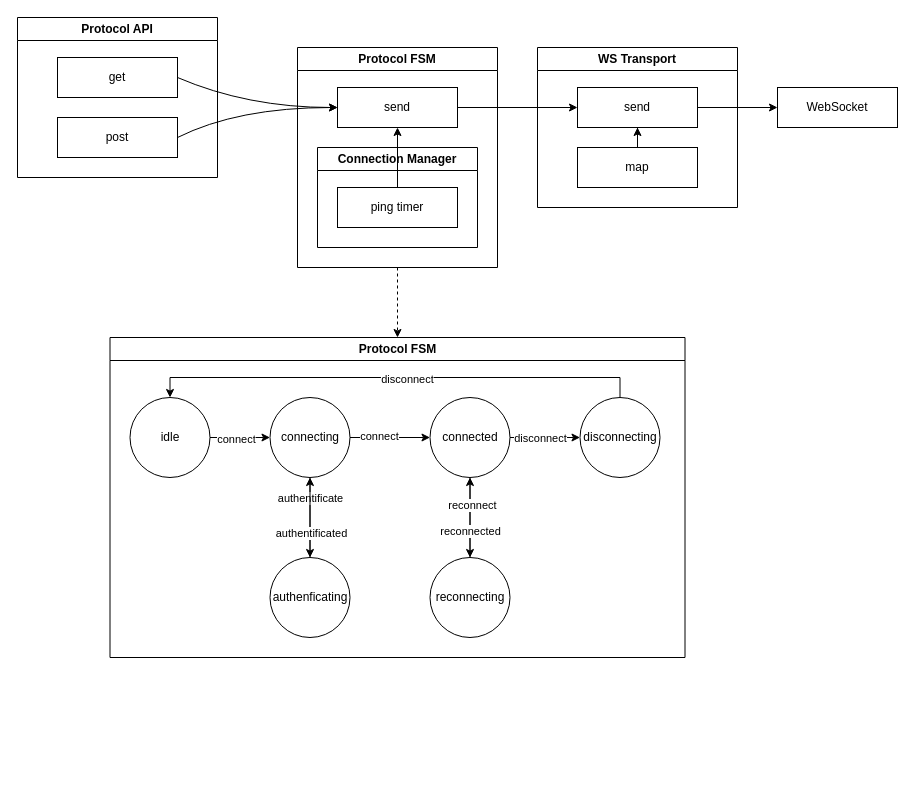
The draw.io diagram practice.drawio in emptyynes/practice, before the edit. Source tidied: cells renumbered, new cells numbered last; positions are measured from the earlier drawing's top-left corner, leaving out a move shared by most shapes. Both pictures are drawn from the tidied source at 100%, with x=0, y=0 at pixel (17, 17).
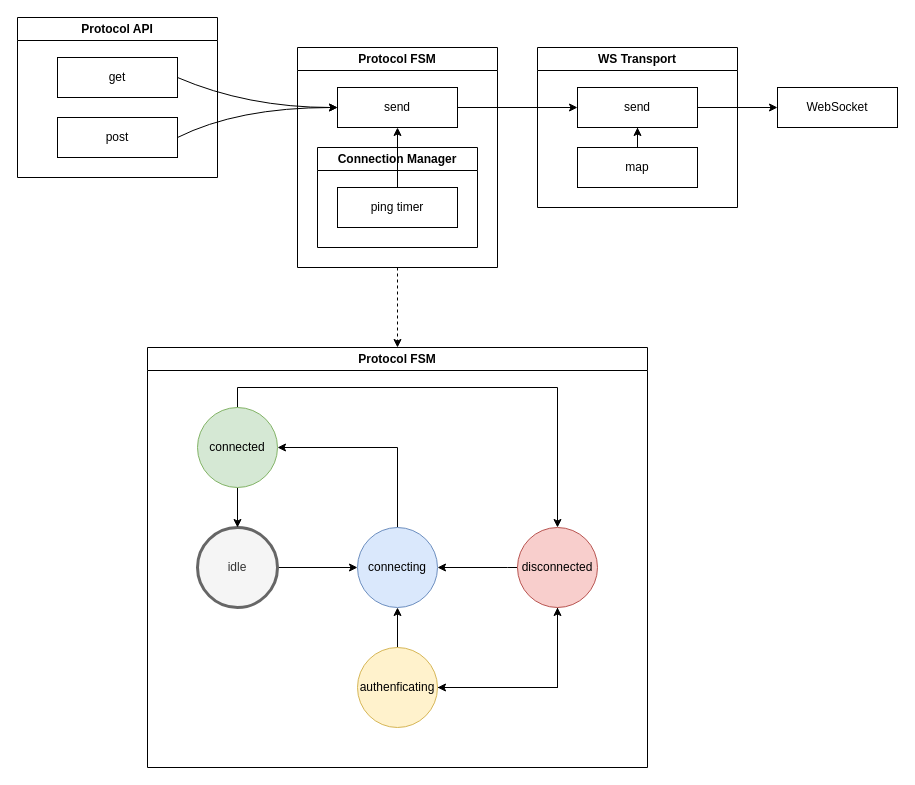
The same page after the edit.

The change refers to these unchanged cells:
```xml
<mxCell id="21" style="edgeStyle=orthogonalEdgeStyle;rounded=0;jettySize=auto;html=1;" parent="20" edge="1" source="23" target="28">
  <mxGeometry relative="1" as="geometry" />
</mxCell>
<mxCell id="40" style="edgeStyle=orthogonalEdgeStyle;rounded=0;jettySize=auto;html=1;" parent="20" edge="1" source="42" target="28">
  <mxGeometry relative="1" as="geometry" />
</mxCell>
```

The edit, as a diff of the source:
```diff
@@
     <mxCell id="20" value="Protocol FSM" style="swimlane;whiteSpace=wrap;html=1;" parent="1" vertex="1">
-      <mxGeometry x="92.5" y="320" width="575" height="320" as="geometry" />
+      <mxGeometry x="130" y="330" width="500" height="420" as="geometry" />
     </mxCell>
@@
-    <mxCell id="22" value="connect" style="edgeLabel;html=1;align=center;verticalAlign=middle;" parent="21" vertex="1">
-      <mxGeometry x="-0.15" y="-1" relative="1" as="geometry" />
-    </mxCell>
-    <mxCell id="23" value="idle" style="ellipse;whiteSpace=wrap;html=1;" parent="20" vertex="1">
-      <mxGeometry x="20" y="60" width="80" height="80" as="geometry" />
+    <mxCell id="23" value="idle" style="ellipse;whiteSpace=wrap;html=1;fillColor=#f5f5f5;strokeColor=#666666;fontColor=#333333;strokeWidth=3;" parent="20" vertex="1">
+      <mxGeometry x="50" y="180" width="80" height="80" as="geometry" />
     </mxCell>
-    <mxCell id="24" style="edgeStyle=orthogonalEdgeStyle;rounded=0;jettySize=auto;html=1;" parent="20" edge="1" source="28" target="42">
-      <mxGeometry relative="1" as="geometry" />
-    </mxCell>
-    <mxCell id="25" value="authentificate" style="edgeLabel;html=1;align=center;verticalAlign=middle;" parent="24" vertex="1">
-      <mxGeometry x="-0.07" y="-1" relative="1" as="geometry">
-        <mxPoint x="1" y="-17" as="offset" />
-      </mxGeometry>
-    </mxCell>
     <mxCell id="26" style="edgeStyle=orthogonalEdgeStyle;rounded=0;jettySize=auto;html=1;" parent="20" edge="1" source="28" target="32">
-      <mxGeometry relative="1" as="geometry" />
+      <mxGeometry relative="1" as="geometry">
+        <Array as="points">
+          <mxPoint x="250" y="100" />
+        </Array>
+      </mxGeometry>
     </mxCell>
-    <mxCell id="27" value="connect" style="edgeLabel;html=1;align=center;verticalAlign=middle;" parent="26" vertex="1">
-      <mxGeometry x="-0.28" y="2" relative="1" as="geometry" />
-    </mxCell>
-    <mxCell id="28" value="connecting" style="ellipse;whiteSpace=wrap;html=1;" parent="20" vertex="1">
-      <mxGeometry x="160" y="60" width="80" height="80" as="geometry" />
+    <mxCell id="28" value="connecting" style="ellipse;whiteSpace=wrap;html=1;fillColor=#dae8fc;strokeColor=#6c8ebf;" parent="20" vertex="1">
+      <mxGeometry x="210" y="180" width="80" height="80" as="geometry" />
     </mxCell>
     <mxCell id="29" style="edgeStyle=orthogonalEdgeStyle;rounded=0;jettySize=auto;html=1;" parent="20" edge="1" source="32" target="39">
-      <mxGeometry relative="1" as="geometry" />
+      <mxGeometry relative="1" as="geometry">
+        <Array as="points">
+          <mxPoint x="90" y="40" />
+          <mxPoint x="410" y="40" />
+        </Array>
+      </mxGeometry>
     </mxCell>
-    <mxCell id="30" style="edgeStyle=orthogonalEdgeStyle;rounded=0;jettySize=auto;html=1;" parent="20" edge="1" source="32" target="35">
-      <mxGeometry relative="1" as="geometry" />
-    </mxCell>
-    <mxCell id="31" value="disconnect" style="edgeLabel;html=1;align=center;verticalAlign=middle;" parent="30" vertex="1">
-      <mxGeometry x="-0.33" y="1" relative="1" as="geometry">
-        <mxPoint x="7" y="1" as="offset" />
-      </mxGeometry>
-    </mxCell>
+    <mxCell id="43" style="edgeStyle=orthogonalEdgeStyle;rounded=0;jettySize=auto;html=1;" parent="20" edge="1" source="32" target="23">
+      <mxGeometry relative="1" as="geometry" />
+    </mxCell>
-    <mxCell id="32" value="connected" style="ellipse;whiteSpace=wrap;html=1;" parent="20" vertex="1">
-      <mxGeometry x="320" y="60" width="80" height="80" as="geometry" />
+    <mxCell id="32" value="connected" style="ellipse;whiteSpace=wrap;html=1;fillColor=#d5e8d4;strokeColor=#82b366;" parent="20" vertex="1">
+      <mxGeometry x="50" y="60" width="80" height="80" as="geometry" />
     </mxCell>
-    <mxCell id="33" style="edgeStyle=orthogonalEdgeStyle;rounded=0;jettySize=auto;html=1;entryX=0.5;entryY=0;entryDx=0;entryDy=0;" parent="20" edge="1" source="35" target="23">
-      <mxGeometry relative="1" as="geometry">
-        <Array as="points">
-          <mxPoint x="510" y="40" />
-          <mxPoint x="60" y="40" />
-        </Array>
-      </mxGeometry>
-    </mxCell>
-    <mxCell id="34" value="disconnect" style="edgeLabel;html=1;align=center;verticalAlign=middle;" parent="33" vertex="1">
-      <mxGeometry x="-0.05" y="1" relative="1" as="geometry" />
-    </mxCell>
-    <mxCell id="35" value="disconnecting" style="ellipse;whiteSpace=wrap;html=1;" parent="20" vertex="1">
-      <mxGeometry x="470" y="60" width="80" height="80" as="geometry" />
-    </mxCell>
-    <mxCell id="36" style="edgeStyle=orthogonalEdgeStyle;rounded=0;jettySize=auto;html=1;" parent="20" edge="1" source="39" target="32">
-      <mxGeometry relative="1" as="geometry" />
-    </mxCell>
-    <mxCell id="37" value="reconnect" style="edgeLabel;html=1;align=center;verticalAlign=middle;" parent="36" vertex="1">
-      <mxGeometry x="0.33" y="-2" relative="1" as="geometry" />
-    </mxCell>
-    <mxCell id="38" value="reconnected" style="edgeLabel;html=1;align=center;verticalAlign=middle;" parent="36" vertex="1">
-      <mxGeometry x="-0.33" relative="1" as="geometry" />
-    </mxCell>
+    <mxCell id="44" style="edgeStyle=orthogonalEdgeStyle;rounded=0;jettySize=auto;html=1;entryX=1;entryY=0.5;entryDx=0;entryDy=0;" parent="20" edge="1" source="39" target="28">
+      <mxGeometry relative="1" as="geometry">
+        <Array as="points">
+          <mxPoint x="360" y="220" />
+          <mxPoint x="360" y="220" />
+        </Array>
+      </mxGeometry>
+    </mxCell>
+    <mxCell id="45" style="edgeStyle=orthogonalEdgeStyle;rounded=0;jettySize=auto;html=1;" parent="20" edge="1" source="39" target="42">
+      <mxGeometry relative="1" as="geometry">
+        <Array as="points">
+          <mxPoint x="410" y="340" />
+        </Array>
+      </mxGeometry>
+    </mxCell>
-    <mxCell id="39" value="reconnecting" style="ellipse;whiteSpace=wrap;html=1;" parent="20" vertex="1">
-      <mxGeometry x="320" y="220" width="80" height="80" as="geometry" />
+    <mxCell id="39" value="disconnected" style="ellipse;whiteSpace=wrap;html=1;fillColor=#f8cecc;strokeColor=#b85450;" parent="20" vertex="1">
+      <mxGeometry x="370" y="180" width="80" height="80" as="geometry" />
     </mxCell>
+    <mxCell id="46" style="edgeStyle=orthogonalEdgeStyle;rounded=0;jettySize=auto;html=1;" parent="20" edge="1" source="42" target="39">
+      <mxGeometry relative="1" as="geometry" />
+    </mxCell>
@@
-    <mxCell id="41" value="authentificated" style="edgeLabel;html=1;align=center;verticalAlign=middle;" parent="40" vertex="1">
-      <mxGeometry x="-0.38" y="-1" relative="1" as="geometry" />
-    </mxCell>
-    <mxCell id="42" value="authenficating" style="ellipse;whiteSpace=wrap;html=1;" parent="20" vertex="1">
-      <mxGeometry x="160" y="220" width="80" height="80" as="geometry" />
+    <mxCell id="42" value="authenficating" style="ellipse;whiteSpace=wrap;html=1;fillColor=#fff2cc;strokeColor=#d6b656;" parent="20" vertex="1">
+      <mxGeometry x="210" y="300" width="80" height="80" as="geometry" />
     </mxCell>
```
